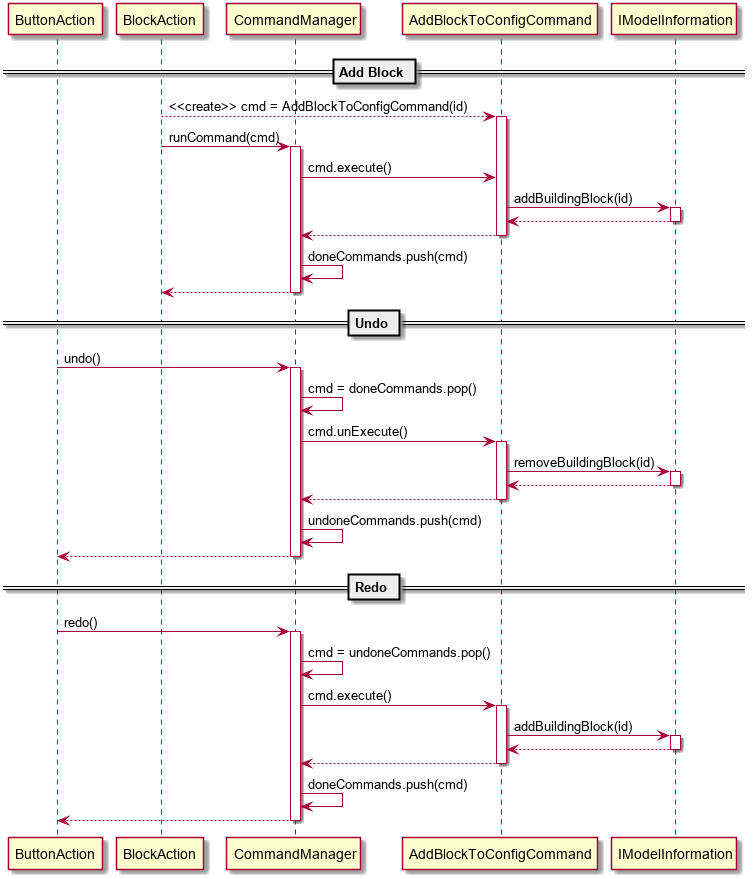
Above: 2-Entwurf/2-Entwicklung/combinedUML/sequence/AddBlockSequence.png in osl2/DAQ-Documents (PlantUML), before the change. Its diagram source:
```plantuml
@startuml

participant ButtonAction
participant BlockAction
participant CommandManager
participant AddBlockToConfigCommand
participant IModelInformation

== Add Block ==

BlockAction --> AddBlockToConfigCommand : <<create>> cmd = AddBlockToConfigCommand(id)
activate AddBlockToConfigCommand
BlockAction -> CommandManager : runCommand(cmd)
activate CommandManager
CommandManager -> AddBlockToConfigCommand : cmd.execute()
AddBlockToConfigCommand -> IModelInformation : addBuildingBlock(id)
activate IModelInformation
AddBlockToConfigCommand <-- IModelInformation
deactivate IModelInformation
CommandManager <-- AddBlockToConfigCommand
deactivate AddBlockToConfigCommand
CommandManager -> CommandManager : doneCommands.push(cmd)
BlockAction <-- CommandManager
deactivate CommandManager

== Undo ==

ButtonAction -> CommandManager : undo()
activate CommandManager
CommandManager -> CommandManager : cmd = doneCommands.pop()
CommandManager -> AddBlockToConfigCommand : cmd.unExecute()
activate AddBlockToConfigCommand
AddBlockToConfigCommand -> IModelInformation : removeBuildingBlock(id)
activate IModelInformation
AddBlockToConfigCommand <-- IModelInformation
deactivate IModelInformation
CommandManager <-- AddBlockToConfigCommand
deactivate AddBlockToConfigCommand
CommandManager -> CommandManager : undoneCommands.push(cmd)
ButtonAction <-- CommandManager
deactivate CommandManager

== Redo ==

ButtonAction -> CommandManager : redo()
activate CommandManager
CommandManager -> CommandManager : cmd = undoneCommands.pop()
CommandManager -> AddBlockToConfigCommand : cmd.execute()
activate AddBlockToConfigCommand
AddBlockToConfigCommand -> IModelInformation : addBuildingBlock(id)
activate IModelInformation
AddBlockToConfigCommand <-- IModelInformation
deactivate IModelInformation
CommandManager <-- AddBlockToConfigCommand
deactivate AddBlockToConfigCommand
CommandManager -> CommandManager : doneCommands.push(cmd)
ButtonAction <-- CommandManager
deactivate CommandManager

@enduml
```
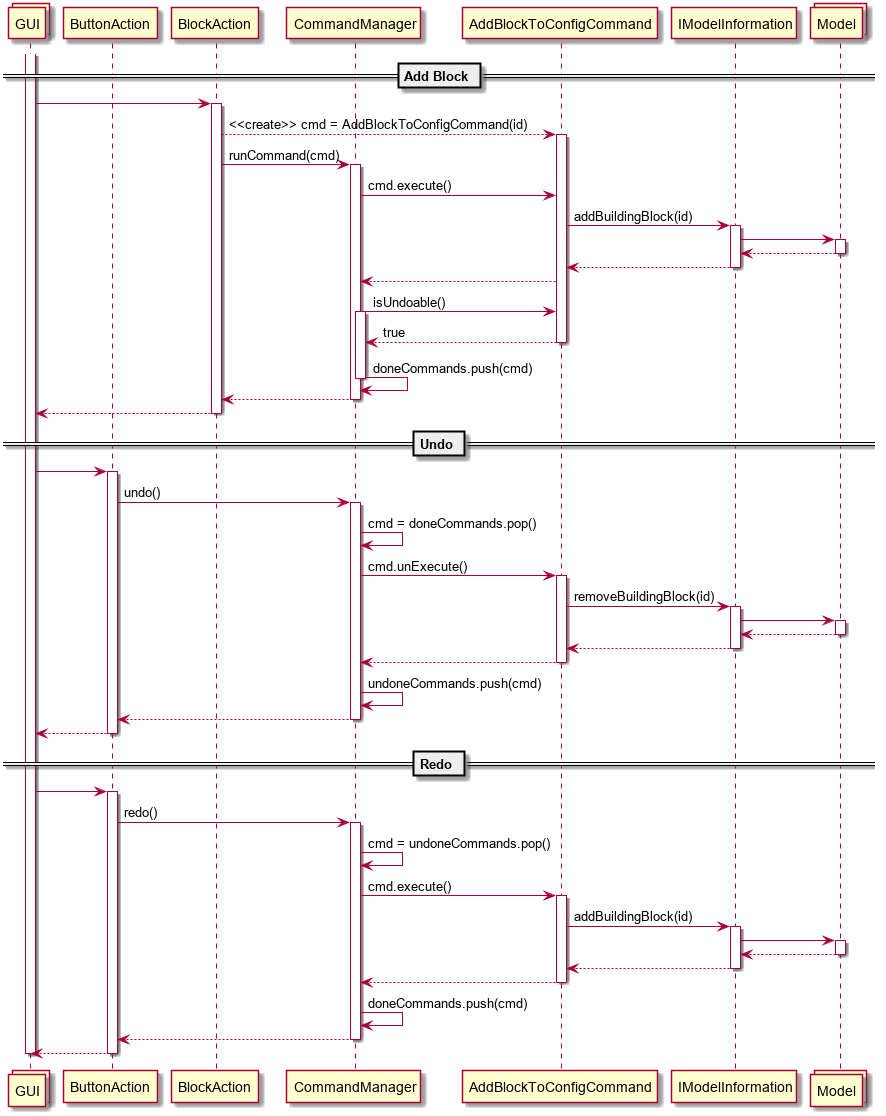
Above is the later version.

What changed in the source:
```diff
@@ -1,13 +1,19 @@
 @startuml
 
+collections GUI
 participant ButtonAction
 participant BlockAction
 participant CommandManager
 participant AddBlockToConfigCommand
 participant IModelInformation
+collections Model
+
+activate GUI
 
 == Add Block ==
 
+GUI -> BlockAction
+activate BlockAction
 BlockAction --> AddBlockToConfigCommand : <<create>> cmd = AddBlockToConfigCommand(id)
 activate AddBlockToConfigCommand
 BlockAction -> CommandManager : runCommand(cmd)
@@ -15,16 +21,28 @@
 CommandManager -> AddBlockToConfigCommand : cmd.execute()
 AddBlockToConfigCommand -> IModelInformation : addBuildingBlock(id)
 activate IModelInformation
+IModelInformation -> Model
+activate Model
+IModelInformation <-- Model
+deactivate Model
 AddBlockToConfigCommand <-- IModelInformation
 deactivate IModelInformation
 CommandManager <-- AddBlockToConfigCommand
+CommandManager -> AddBlockToConfigCommand : isUndoable()
+activate CommandManager
+CommandManager <-- AddBlockToConfigCommand : true
 deactivate AddBlockToConfigCommand
 CommandManager -> CommandManager : doneCommands.push(cmd)
+deactivate CommandManager
 BlockAction <-- CommandManager
 deactivate CommandManager
+GUI <-- BlockAction
+deactivate BlockAction
 
 == Undo ==
 
+GUI -> ButtonAction
+activate ButtonAction
 ButtonAction -> CommandManager : undo()
 activate CommandManager
 CommandManager -> CommandManager : cmd = doneCommands.pop()
@@ -32,6 +50,10 @@
 activate AddBlockToConfigCommand
 AddBlockToConfigCommand -> IModelInformation : removeBuildingBlock(id)
 activate IModelInformation
+IModelInformation -> Model
+activate Model
+IModelInformation <-- Model
+deactivate Model
 AddBlockToConfigCommand <-- IModelInformation
 deactivate IModelInformation
 CommandManager <-- AddBlockToConfigCommand
@@ -39,9 +61,13 @@
 CommandManager -> CommandManager : undoneCommands.push(cmd)
 ButtonAction <-- CommandManager
 deactivate CommandManager
+GUI <-- ButtonAction
+deactivate ButtonAction
 
 == Redo ==
 
+GUI -> ButtonAction
+activate ButtonAction
 ButtonAction -> CommandManager : redo()
 activate CommandManager
 CommandManager -> CommandManager : cmd = undoneCommands.pop()
@@ -49,6 +75,10 @@
 activate AddBlockToConfigCommand
 AddBlockToConfigCommand -> IModelInformation : addBuildingBlock(id)
 activate IModelInformation
+IModelInformation -> Model
+activate Model
+IModelInformation <-- Model
+deactivate Model
 AddBlockToConfigCommand <-- IModelInformation
 deactivate IModelInformation
 CommandManager <-- AddBlockToConfigCommand
@@ -56,5 +86,9 @@
 CommandManager -> CommandManager : doneCommands.push(cmd)
 ButtonAction <-- CommandManager
 deactivate CommandManager
+GUI <-- ButtonAction
+deactivate ButtonAction
+
+deactivate GUI
 
 @enduml
```
